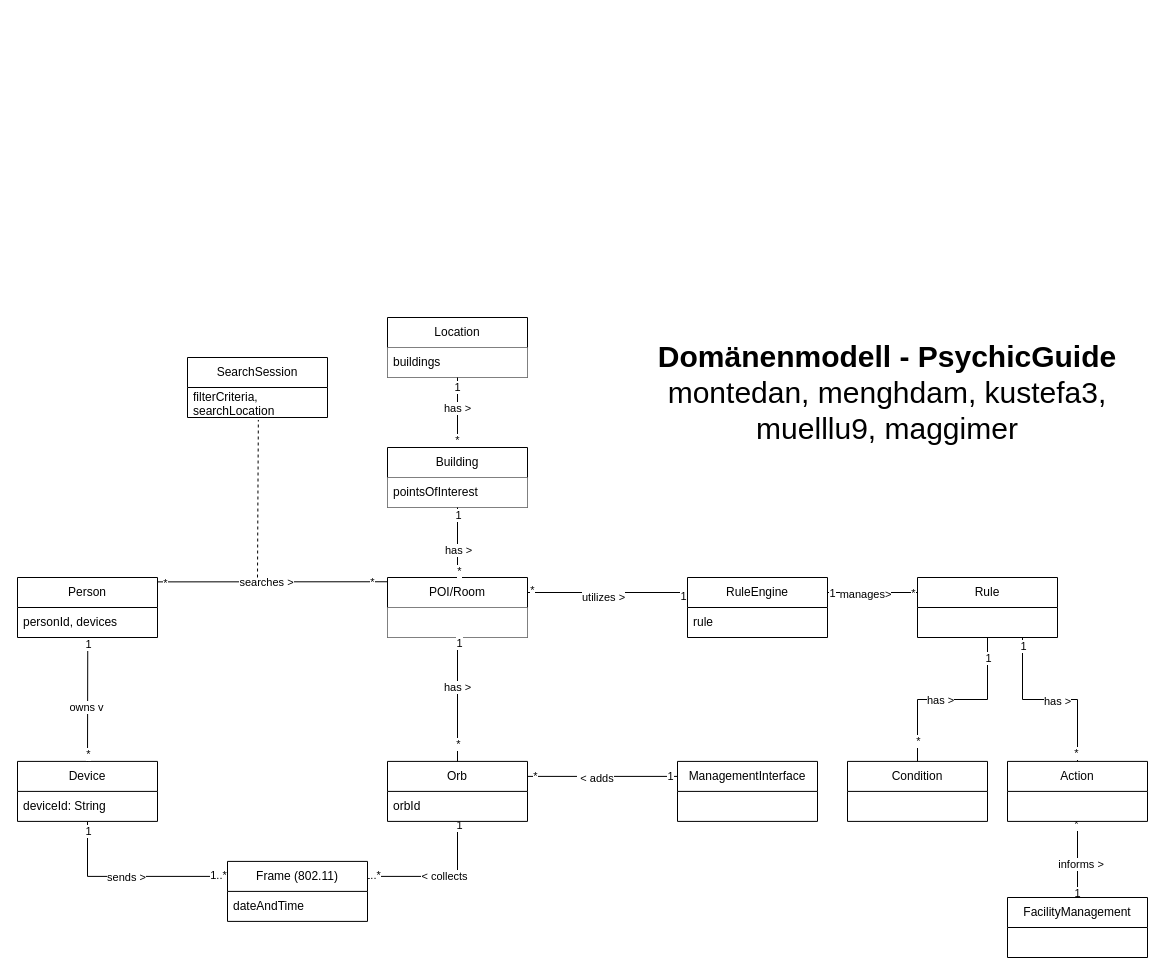
Earlier version of the draw.io diagram PM3_domain_model.drawio (phyllomenous/PM3_DomainModel). Source tidied: cells renumbered, new cells numbered last; positions are measured from the earlier drawing's top-left corner, leaving out a move shared by most shapes. Both pictures are drawn from the tidied source at 100%, with x=0, y=0 at pixel (17, 317).
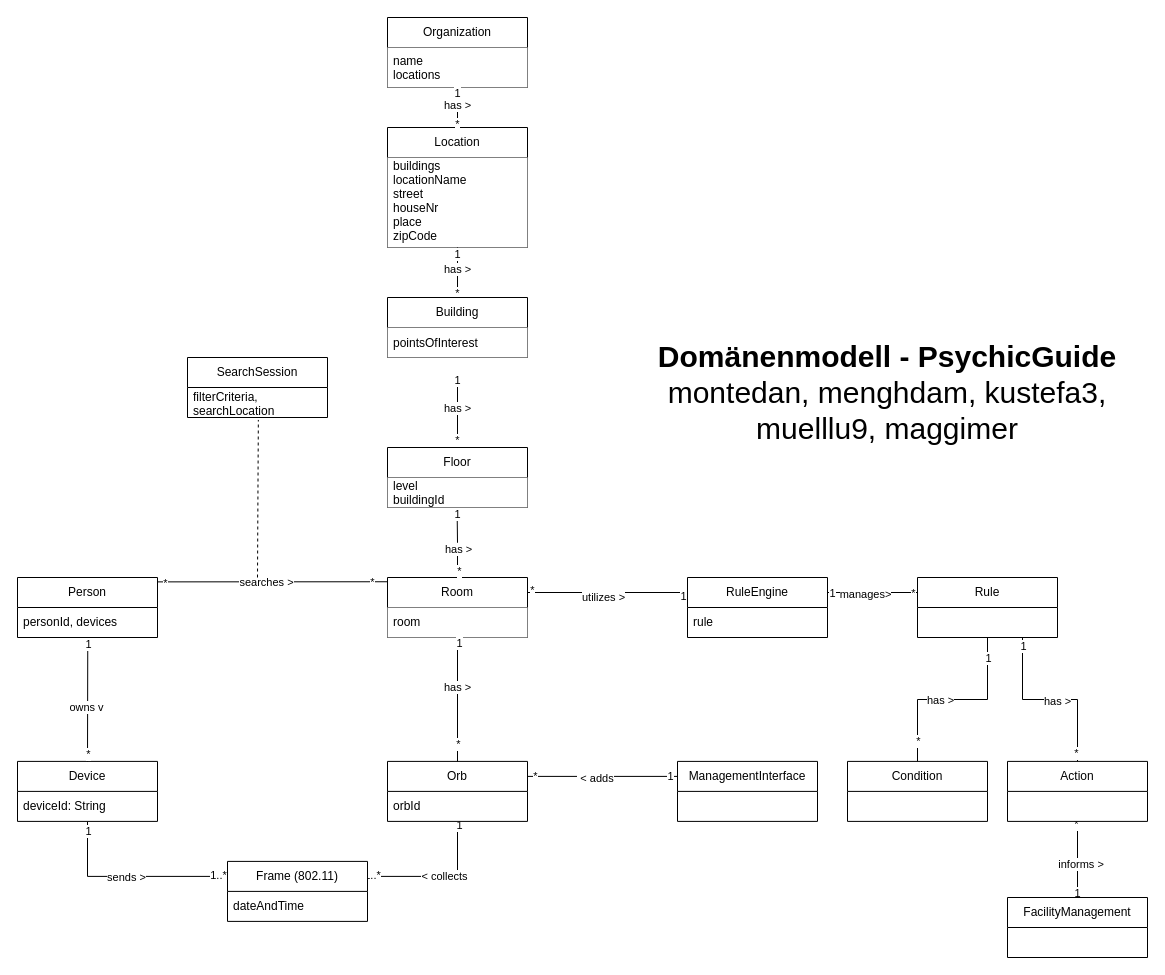
Above is the later version.

The edit, as a diff of the source:
```diff
@@
     <mxCell id="10" value="Location" style="swimlane;fontStyle=0;horizontal=1;startSize=30;whiteSpace=wrap;html=1;swimlaneFillColor=default;" parent="1" vertex="1">
-      <mxGeometry x="370" width="140" height="60" as="geometry" />
+      <mxGeometry x="370" y="-190" width="140" height="120" as="geometry" />
     </mxCell>
-    <mxCell id="11" value="buildings" style="text;strokeColor=none;fillColor=default;align=left;verticalAlign=middle;spacingLeft=4;spacingRight=4;overflow=hidden;whiteSpace=wrap;html=1;" parent="10" vertex="1">
-      <mxGeometry y="30" width="140" height="30" as="geometry" />
+    <mxCell id="11" value="buildings&#10;locationName&#10;street&#10;houseNr&#10;place&#10;zipCode&#10;&#10;&#10;" style="text;strokeColor=none;fillColor=default;align=left;verticalAlign=middle;spacingLeft=4;spacingRight=4;overflow=hidden;" parent="10" vertex="1">
+      <mxGeometry y="30" width="140" height="90" as="geometry" />
     </mxCell>
-    <mxCell id="12" value="Building" style="swimlane;fontStyle=0;horizontal=1;startSize=30;whiteSpace=wrap;html=1;swimlaneFillColor=default;" parent="1" vertex="1">
-      <mxGeometry x="370" y="130" width="140" height="60" as="geometry" />
-    </mxCell>
-    <mxCell id="13" value="pointsOfInterest" style="text;strokeColor=none;fillColor=default;align=left;verticalAlign=middle;spacingLeft=4;spacingRight=4;overflow=hidden;whiteSpace=wrap;html=1;" parent="12" vertex="1">
-      <mxGeometry y="30" width="140" height="30" as="geometry" />
-    </mxCell>
-    <mxCell id="14" value="POI/Room" style="swimlane;fontStyle=0;horizontal=1;startSize=30;whiteSpace=wrap;html=1;swimlaneFillColor=default;" parent="1" vertex="1">
+    <mxCell id="14" value="Room" style="swimlane;fontStyle=0;horizontal=1;startSize=30;whiteSpace=wrap;html=1;swimlaneFillColor=default;" parent="1" vertex="1">
       <mxGeometry x="370" y="260" width="140" height="60" as="geometry" />
     </mxCell>
-    <mxCell id="15" style="text;strokeColor=none;fillColor=default;align=left;verticalAlign=middle;spacingLeft=4;spacingRight=4;overflow=hidden;whiteSpace=wrap;html=1;" parent="14" vertex="1">
+    <mxCell id="15" value="room" style="text;strokeColor=none;fillColor=default;align=left;verticalAlign=middle;spacingLeft=4;spacingRight=4;overflow=hidden;whiteSpace=wrap;html=1;" parent="14" vertex="1">
       <mxGeometry y="30" width="140" height="30" as="geometry" />
     </mxCell>
@@
-    <mxCell id="22" style="edgeStyle=orthogonalEdgeStyle;rounded=0;jettySize=auto;html=1;exitX=0.5;exitY=0;exitDx=0;exitDy=0;endArrow=none;endFill=0;" parent="1" edge="1" source="12" target="10">
+    <mxCell id="22" style="edgeStyle=orthogonalEdgeStyle;rounded=0;jettySize=auto;html=1;endArrow=none;endFill=0;exitX=0.5;exitY=0;exitDx=0;exitDy=0;" parent="1" edge="1" source="12" target="10">
       <mxGeometry relative="1" as="geometry" />
     </mxCell>
@@
-    <mxCell id="26" style="edgeStyle=orthogonalEdgeStyle;rounded=0;jettySize=auto;html=1;exitX=0.5;exitY=0;exitDx=0;exitDy=0;endArrow=none;endFill=0;" parent="1" edge="1" source="14" target="12">
+    <mxCell id="26" style="edgeStyle=orthogonalEdgeStyle;rounded=0;jettySize=auto;html=1;exitX=0.5;exitY=0;exitDx=0;exitDy=0;endArrow=none;endFill=0;entryX=0.497;entryY=0.994;entryDx=0;entryDy=0;entryPerimeter=0;" parent="1" edge="1" source="14" target="86">
       <mxGeometry relative="1" as="geometry" />
     </mxCell>
@@
+    <mxCell id="79" value="Organization" style="swimlane;fontStyle=0;horizontal=1;startSize=30;whiteSpace=wrap;html=1;swimlaneFillColor=default;" parent="1" vertex="1">
+      <mxGeometry x="370" y="-300" width="140" height="70" as="geometry" />
+    </mxCell>
+    <mxCell id="80" value="name&#10;locations" style="text;strokeColor=none;fillColor=default;align=left;verticalAlign=middle;spacingLeft=4;spacingRight=4;overflow=hidden;points=[[0,0.5],[1,0.5]];portConstraint=eastwest;" parent="79" vertex="1">
+      <mxGeometry y="30" width="140" height="40" as="geometry" />
+    </mxCell>
+    <mxCell id="81" style="rounded=0;jettySize=auto;html=1;exitX=0.5;exitY=0;exitDx=0;exitDy=0;endArrow=none;endFill=0;" parent="1" edge="1" source="10" target="80">
+      <mxGeometry relative="1" as="geometry" />
+    </mxCell>
+    <mxCell id="82" value="has &amp;gt;" style="edgeLabel;html=1;align=center;verticalAlign=middle;" parent="81" vertex="1">
+      <mxGeometry x="0.14" y="1" relative="1" as="geometry" />
+    </mxCell>
+    <mxCell id="83" value="*" style="edgeLabel;html=1;align=center;verticalAlign=middle;" parent="81" vertex="1">
+      <mxGeometry x="-0.78" y="1" relative="1" as="geometry" />
+    </mxCell>
+    <mxCell id="84" value="1" style="edgeLabel;html=1;align=center;verticalAlign=middle;" parent="81" vertex="1">
+      <mxGeometry x="0.75" y="1" relative="1" as="geometry" />
+    </mxCell>
+    <mxCell id="85" value="Floor" style="swimlane;fontStyle=0;horizontal=1;startSize=30;whiteSpace=wrap;html=1;swimlaneFillColor=default;" parent="1" vertex="1">
+      <mxGeometry x="370" y="130" width="140" height="60" as="geometry" />
+    </mxCell>
+    <mxCell id="86" value="level&#10;buildingId&#10;" style="text;strokeColor=none;fillColor=default;align=left;verticalAlign=middle;spacingLeft=4;spacingRight=4;overflow=hidden;points=[[0,0.5],[1,0.5]];portConstraint=eastwest;" parent="85" vertex="1">
+      <mxGeometry y="30" width="140" height="30" as="geometry" />
+    </mxCell>
+    <mxCell id="12" value="Building" style="swimlane;fontStyle=0;horizontal=1;startSize=30;whiteSpace=wrap;html=1;swimlaneFillColor=default;" parent="1" vertex="1">
+      <mxGeometry x="370" y="-20" width="140" height="60" as="geometry" />
+    </mxCell>
+    <mxCell id="13" value="pointsOfInterest" style="text;strokeColor=none;fillColor=default;align=left;verticalAlign=middle;spacingLeft=4;spacingRight=4;overflow=hidden;" parent="12" vertex="1">
+      <mxGeometry y="30" width="140" height="30" as="geometry" />
+    </mxCell>
+    <mxCell id="87" style="edgeStyle=orthogonalEdgeStyle;rounded=0;jettySize=auto;html=1;endArrow=none;endFill=0;exitX=0.5;exitY=0;exitDx=0;exitDy=0;" parent="1" edge="1" source="85">
+      <mxGeometry relative="1" as="geometry">
+        <mxPoint x="440" y="60" as="targetPoint" />
+        <Array as="points">
+          <mxPoint x="440" y="60" />
+        </Array>
+      </mxGeometry>
+    </mxCell>
+    <mxCell id="88" value="has &amp;gt;" style="edgeLabel;html=1;align=center;verticalAlign=middle;" parent="87" vertex="1">
+      <mxGeometry x="0.14" y="1" relative="1" as="geometry" />
+    </mxCell>
+    <mxCell id="89" value="*" style="edgeLabel;html=1;align=center;verticalAlign=middle;" parent="87" vertex="1">
+      <mxGeometry x="-0.78" y="1" relative="1" as="geometry" />
+    </mxCell>
+    <mxCell id="90" value="1" style="edgeLabel;html=1;align=center;verticalAlign=middle;" parent="87" vertex="1">
+      <mxGeometry x="0.75" y="1" relative="1" as="geometry">
+        <mxPoint y="-7" as="offset" />
+      </mxGeometry>
+    </mxCell>
```
